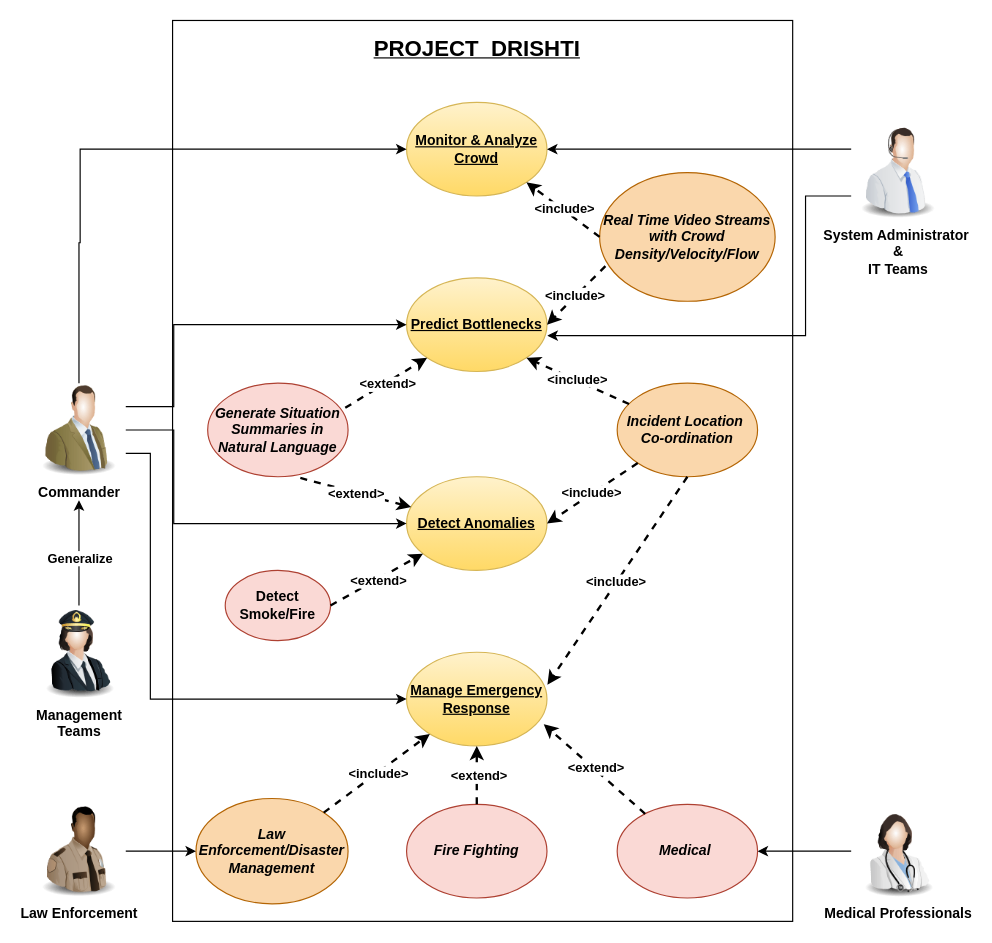
snehalsaurabh/BasicWebDev keeps this draw.io diagram as Use-Case Diagram V2.drawio. Above is the earlier version. Source tidied: cells renumbered, new cells numbered last; positions are measured from the earlier drawing's top-left corner, leaving out a move shared by most shapes. Both pictures are drawn from the tidied source at 117%, with x=0, y=0 at pixel (32, 20).
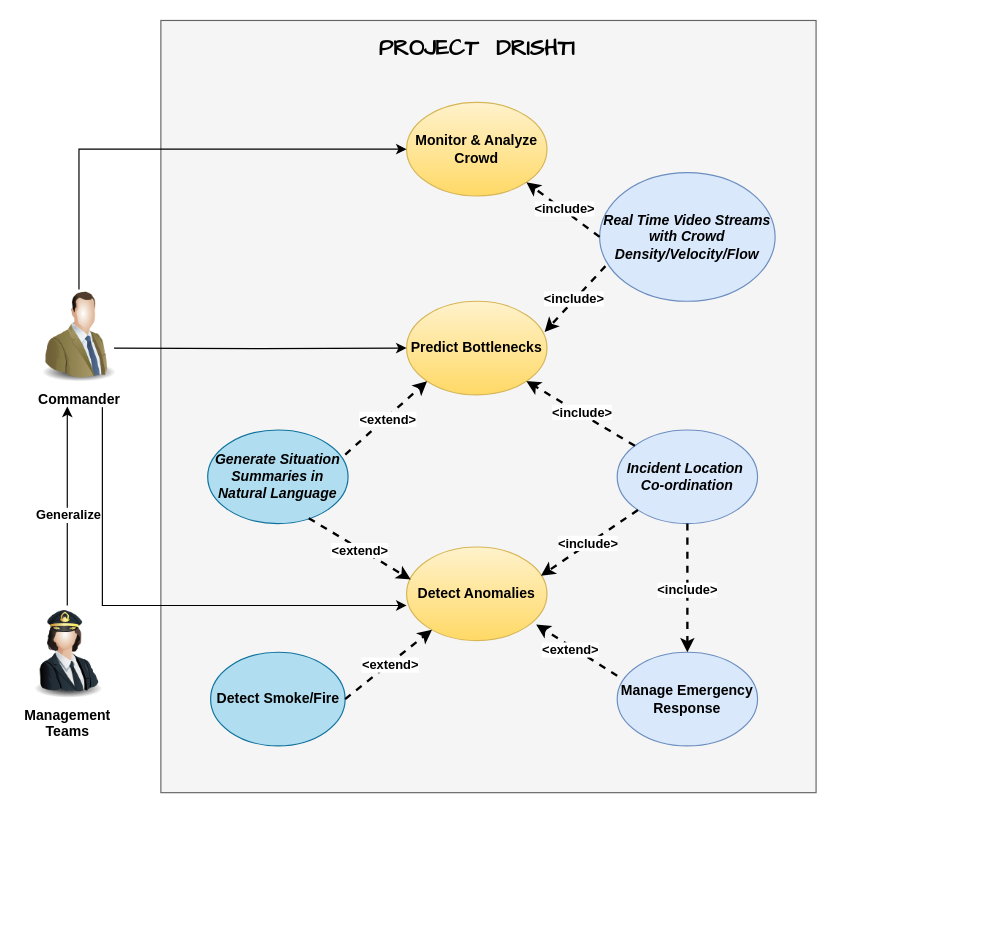
Above is the later version.

The edit, as a diff of the source:
```diff
@@
-    <mxCell id="2" style="rounded=0;whiteSpace=wrap;html=1;" parent="1" vertex="1">
-      <mxGeometry x="120" width="530" height="770" as="geometry" />
+    <mxCell id="2" style="rounded=0;whiteSpace=wrap;html=1;fillColor=#f5f5f5;fontColor=#333333;strokeColor=#666666;" parent="1" vertex="1">
+      <mxGeometry x="110" width="560" height="660" as="geometry" />
     </mxCell>
-    <mxCell id="3" value="&lt;b&gt;&lt;u&gt;Monitor &amp;amp; Analyze&lt;/u&gt;&lt;/b&gt;&lt;div&gt;&lt;b&gt;&lt;u&gt;Crowd&lt;/u&gt;&lt;/b&gt;&lt;/div&gt;" style="ellipse;whiteSpace=wrap;html=1;fillColor=#fff2cc;gradientColor=#ffd966;strokeColor=#d6b656;" parent="1" vertex="1">
+    <mxCell id="3" value="&lt;b&gt;&lt;span&gt;Monitor &amp;amp; Analyze&lt;/span&gt;&lt;/b&gt;&lt;div&gt;&lt;b&gt;&lt;span&gt;Crowd&lt;/span&gt;&lt;/b&gt;&lt;/div&gt;" style="ellipse;whiteSpace=wrap;html=1;fillColor=#fff2cc;gradientColor=#ffd966;strokeColor=#d6b656;fontStyle=0;" parent="1" vertex="1">
       <mxGeometry x="320" y="70" width="120" height="80" as="geometry" />
     </mxCell>
-    <mxCell id="4" value="&lt;b&gt;&lt;u&gt;Predict Bottlenecks&lt;/u&gt;&lt;/b&gt;" style="ellipse;whiteSpace=wrap;html=1;fillColor=#fff2cc;gradientColor=#ffd966;strokeColor=#d6b656;" parent="1" vertex="1">
-      <mxGeometry x="320" y="220" width="120" height="80" as="geometry" />
+    <mxCell id="4" value="&lt;b&gt;Predict Bottlenecks&lt;/b&gt;" style="ellipse;whiteSpace=wrap;html=1;fillColor=#fff2cc;gradientColor=#ffd966;strokeColor=#d6b656;" parent="1" vertex="1">
+      <mxGeometry x="320" y="240" width="120" height="80" as="geometry" />
     </mxCell>
+    <mxCell id="52" style="edgeStyle=orthogonalEdgeStyle;rounded=0;jettySize=auto;html=1;exitX=0;exitY=0.625;exitDx=0;exitDy=0;exitPerimeter=0;entryX=0;entryY=0.625;entryDx=0;entryDy=0;entryPerimeter=0;" parent="1" edge="1" target="5">
+      <mxGeometry relative="1" as="geometry">
+        <mxPoint x="60" y="330" as="sourcePoint" />
+        <Array as="points">
+          <mxPoint x="60" y="500" />
+        </Array>
+      </mxGeometry>
+    </mxCell>
-    <mxCell id="5" value="&lt;b&gt;&lt;u&gt;Detect Anomalies&lt;/u&gt;&lt;/b&gt;" style="ellipse;whiteSpace=wrap;html=1;fillColor=#fff2cc;gradientColor=#ffd966;strokeColor=#d6b656;" parent="1" vertex="1">
-      <mxGeometry x="320" y="390" width="120" height="80" as="geometry" />
+    <mxCell id="5" value="&lt;b&gt;Detect Anomalies&lt;/b&gt;" style="ellipse;whiteSpace=wrap;html=1;fillColor=#fff2cc;gradientColor=#ffd966;strokeColor=#d6b656;" parent="1" vertex="1">
+      <mxGeometry x="320" y="450" width="120" height="80" as="geometry" />
     </mxCell>
-    <mxCell id="6" value="&lt;b&gt;&lt;u&gt;Manage Emergency Response&lt;/u&gt;&lt;/b&gt;" style="ellipse;whiteSpace=wrap;html=1;fillColor=#fff2cc;gradientColor=#ffd966;strokeColor=#d6b656;" parent="1" vertex="1">
-      <mxGeometry x="320" y="540" width="120" height="80" as="geometry" />
+    <mxCell id="6" value="&lt;b&gt;Manage Emergency Response&lt;/b&gt;" style="ellipse;whiteSpace=wrap;html=1;fillColor=#dae8fc;strokeColor=#6c8ebf;" parent="1" vertex="1">
+      <mxGeometry x="500" y="540" width="120" height="80" as="geometry" />
     </mxCell>
-    <mxCell id="7" value="&lt;b&gt;&lt;i&gt;Generate Situation Summaries in Natural Language&lt;/i&gt;&lt;/b&gt;" style="ellipse;whiteSpace=wrap;html=1;fillColor=#fad9d5;strokeColor=#ae4132;" parent="1" vertex="1">
-      <mxGeometry x="150" y="310" width="120" height="80" as="geometry" />
+    <mxCell id="7" value="&lt;b&gt;&lt;i&gt;Generate Situation Summaries in Natural Language&lt;/i&gt;&lt;/b&gt;" style="ellipse;whiteSpace=wrap;html=1;fillColor=#b1ddf0;strokeColor=#10739e;" parent="1" vertex="1">
+      <mxGeometry x="150" y="350" width="120" height="80" as="geometry" />
     </mxCell>
-    <mxCell id="8" value="&lt;b&gt;&lt;i&gt;Incident Location&amp;nbsp;&lt;/i&gt;&lt;/b&gt;&lt;div&gt;&lt;b&gt;&lt;i&gt;Co-ordination&lt;/i&gt;&lt;/b&gt;&lt;/div&gt;" style="ellipse;whiteSpace=wrap;html=1;fillColor=#fad7ac;strokeColor=#b46504;" parent="1" vertex="1">
-      <mxGeometry x="500" y="310" width="120" height="80" as="geometry" />
+    <mxCell id="8" value="&lt;b&gt;&lt;i&gt;Incident Location&amp;nbsp;&lt;/i&gt;&lt;/b&gt;&lt;div&gt;&lt;b&gt;&lt;i&gt;Co-ordination&lt;/i&gt;&lt;/b&gt;&lt;/div&gt;" style="ellipse;whiteSpace=wrap;html=1;fillColor=#dae8fc;strokeColor=#6c8ebf;" parent="1" vertex="1">
+      <mxGeometry x="500" y="350" width="120" height="80" as="geometry" />
     </mxCell>
-    <mxCell id="9" value="&lt;b&gt;&lt;i&gt;Medical&amp;nbsp;&lt;/i&gt;&lt;/b&gt;" style="ellipse;whiteSpace=wrap;html=1;fillColor=#fad9d5;strokeColor=#ae4132;" parent="1" vertex="1">
-      <mxGeometry x="500" y="670" width="120" height="80" as="geometry" />
-    </mxCell>
-    <mxCell id="10" value="&lt;b&gt;&lt;i&gt;Fire Fighting&lt;/i&gt;&lt;/b&gt;" style="ellipse;whiteSpace=wrap;html=1;fillColor=#fad9d5;strokeColor=#ae4132;" parent="1" vertex="1">
-      <mxGeometry x="320" y="670" width="120" height="80" as="geometry" />
-    </mxCell>
-    <mxCell id="11" value="&lt;b&gt;&lt;i&gt;Law Enforcement/Disaster Management&lt;/i&gt;&lt;/b&gt;" style="ellipse;whiteSpace=wrap;html=1;fillColor=#fad7ac;strokeColor=#b46504;" parent="1" vertex="1">
-      <mxGeometry x="140" y="665" width="130" height="90" as="geometry" />
-    </mxCell>
-    <mxCell id="12" style="endArrow=classic;html=1;rounded=0;entryX=1.003;entryY=0.347;entryDx=0;entryDy=0;entryPerimeter=0;exitX=0.5;exitY=1;exitDx=0;exitDy=0;dashed=1;strokeWidth=2;" parent="1" edge="1" source="8" target="6">
+    <mxCell id="12" style="endArrow=classic;html=1;rounded=0;exitX=0.5;exitY=1;exitDx=0;exitDy=0;dashed=1;strokeWidth=2;" parent="1" edge="1" source="8" target="6">
       <mxGeometry relative="1" as="geometry" />
     </mxCell>
@@
-    <mxCell id="14" value="&lt;b&gt;&lt;i&gt;Real Time Video Streams with Crowd Density/Velocity/Flow&lt;/i&gt;&lt;/b&gt;" style="ellipse;whiteSpace=wrap;html=1;fillColor=#fad7ac;strokeColor=#b46504;" parent="1" vertex="1">
+    <mxCell id="14" value="&lt;b&gt;&lt;i&gt;Real Time Video Streams with Crowd Density/Velocity/Flow&lt;/i&gt;&lt;/b&gt;" style="ellipse;whiteSpace=wrap;html=1;fillColor=#dae8fc;strokeColor=#6c8ebf;" parent="1" vertex="1">
       <mxGeometry x="485" y="130" width="150" height="110" as="geometry" />
     </mxCell>
-    <mxCell id="15" style="endArrow=classic;html=1;rounded=0;exitX=0.66;exitY=1.013;exitDx=0;exitDy=0;dashed=1;strokeWidth=2;exitPerimeter=0;" parent="1" edge="1" source="7" target="5">
+    <mxCell id="15" style="endArrow=classic;html=1;rounded=0;exitX=0.72;exitY=0.942;exitDx=0;exitDy=0;dashed=1;strokeWidth=2;exitPerimeter=0;entryX=0.03;entryY=0.348;entryDx=0;entryDy=0;entryPerimeter=0;" parent="1" edge="1" source="7" target="5">
       <mxGeometry relative="1" as="geometry" />
     </mxCell>
@@
-    <mxCell id="17" style="endArrow=classic;html=1;rounded=0;entryX=1;entryY=0.5;entryDx=0;entryDy=0;dashed=1;strokeWidth=2;" parent="1" edge="1" source="8" target="5">
+    <mxCell id="17" style="endArrow=classic;html=1;rounded=0;entryX=0.957;entryY=0.308;entryDx=0;entryDy=0;dashed=1;strokeWidth=2;entryPerimeter=0;" parent="1" edge="1" source="8" target="5">
       <mxGeometry relative="1" as="geometry" />
     </mxCell>
@@
-    <mxCell id="21" style="endArrow=classic;html=1;rounded=0;entryX=1;entryY=0.5;entryDx=0;entryDy=0;exitX=0.033;exitY=0.727;exitDx=0;exitDy=0;dashed=1;strokeWidth=2;exitPerimeter=0;" parent="1" edge="1" source="14" target="4">
+    <mxCell id="21" style="endArrow=classic;html=1;rounded=0;entryX=0.983;entryY=0.328;entryDx=0;entryDy=0;exitX=0.033;exitY=0.727;exitDx=0;exitDy=0;dashed=1;strokeWidth=2;exitPerimeter=0;entryPerimeter=0;" parent="1" edge="1" source="14" target="4">
       <mxGeometry relative="1" as="geometry" />
     </mxCell>
@@
     <mxCell id="25" style="edgeStyle=orthogonalEdgeStyle;rounded=0;jettySize=auto;html=1;entryX=0;entryY=0.5;entryDx=0;entryDy=0;" parent="1" edge="1" source="29" target="3">
       <mxGeometry relative="1" as="geometry">
         <Array as="points">
-          <mxPoint x="40" y="190" />
-          <mxPoint x="41" y="190" />
-          <mxPoint x="41" y="110" />
+          <mxPoint x="40" y="110" />
         </Array>
       </mxGeometry>
     </mxCell>
-    <mxCell id="26" style="edgeStyle=orthogonalEdgeStyle;rounded=0;jettySize=auto;html=1;exitX=1;exitY=0.25;exitDx=0;exitDy=0;entryX=0;entryY=0.5;entryDx=0;entryDy=0;" parent="1" edge="1" source="29" target="4">
-      <mxGeometry relative="1" as="geometry">
-        <Array as="points">
-          <mxPoint x="121" y="330" />
-          <mxPoint x="121" y="260" />
-        </Array>
-      </mxGeometry>
-    </mxCell>
-    <mxCell id="27" style="edgeStyle=orthogonalEdgeStyle;rounded=0;jettySize=auto;html=1;entryX=0;entryY=0.5;entryDx=0;entryDy=0;" parent="1" edge="1" source="29" target="5">
-      <mxGeometry relative="1" as="geometry">
-        <Array as="points">
-          <mxPoint x="121" y="350" />
-          <mxPoint x="121" y="430" />
-        </Array>
-      </mxGeometry>
-    </mxCell>
-    <mxCell id="28" style="edgeStyle=orthogonalEdgeStyle;rounded=0;jettySize=auto;html=1;exitX=1;exitY=0.75;exitDx=0;exitDy=0;entryX=0;entryY=0.5;entryDx=0;entryDy=0;" parent="1" edge="1" source="29" target="6">
-      <mxGeometry relative="1" as="geometry">
-        <Array as="points">
-          <mxPoint x="101" y="370" />
-          <mxPoint x="101" y="580" />
-        </Array>
-      </mxGeometry>
-    </mxCell>
     <mxCell id="29" value="&lt;b&gt;Commander&lt;/b&gt;" style="image;html=1;image=img/lib/clip_art/people/Suit_Man_Green_128x128.png;" parent="1" vertex="1">
-      <mxGeometry y="310" width="80" height="80" as="geometry" />
+      <mxGeometry y="230" width="80" height="80" as="geometry" />
     </mxCell>
-    <mxCell id="30" style="edgeStyle=orthogonalEdgeStyle;rounded=0;jettySize=auto;html=1;entryX=1;entryY=0.5;entryDx=0;entryDy=0;" parent="1" edge="1" source="31" target="9">
-      <mxGeometry relative="1" as="geometry" />
-    </mxCell>
-    <mxCell id="31" value="&lt;b&gt;Medical Professionals&lt;/b&gt;" style="image;html=1;image=img/lib/clip_art/people/Doctor_Woman_128x128.png;" parent="1" vertex="1">
-      <mxGeometry x="700" y="670" width="80" height="80" as="geometry" />
-    </mxCell>
-    <mxCell id="32" style="edgeStyle=orthogonalEdgeStyle;rounded=0;jettySize=auto;html=1;entryX=0;entryY=0.5;entryDx=0;entryDy=0;" parent="1" edge="1" source="33" target="11">
-      <mxGeometry relative="1" as="geometry" />
-    </mxCell>
-    <mxCell id="33" value="&lt;b&gt;Law Enforcement&lt;/b&gt;" style="image;html=1;image=img/lib/clip_art/people/Security_Man_Black_128x128.png;" parent="1" vertex="1">
-      <mxGeometry y="670" width="80" height="80" as="geometry" />
-    </mxCell>
     <mxCell id="34" style="edgeStyle=orthogonalEdgeStyle;rounded=0;jettySize=auto;html=1;" parent="1" edge="1" source="36">
       <mxGeometry relative="1" as="geometry">
-        <mxPoint x="40" y="410" as="targetPoint" />
+        <mxPoint x="30" y="330" as="targetPoint" />
       </mxGeometry>
     </mxCell>
@@
     <mxCell id="36" value="&lt;div&gt;&lt;b&gt;Management&lt;br&gt;Teams&lt;/b&gt;&lt;/div&gt;" style="image;html=1;image=img/lib/clip_art/people/Pilot_Woman_128x128.png;" parent="1" vertex="1">
-      <mxGeometry y="500" width="80" height="80" as="geometry" />
+      <mxGeometry x="-10" y="500" width="80" height="80" as="geometry" />
     </mxCell>
-    <mxCell id="37" style="edgeStyle=orthogonalEdgeStyle;rounded=0;jettySize=auto;html=1;entryX=1;entryY=0.5;entryDx=0;entryDy=0;" parent="1" edge="1" source="39" target="3">
-      <mxGeometry relative="1" as="geometry">
-        <Array as="points">
-          <mxPoint x="640" y="110" />
-          <mxPoint x="640" y="110" />
-        </Array>
-      </mxGeometry>
-    </mxCell>
-    <mxCell id="38" style="edgeStyle=orthogonalEdgeStyle;rounded=0;jettySize=auto;html=1;exitX=0;exitY=0.75;exitDx=0;exitDy=0;entryX=1.003;entryY=0.617;entryDx=0;entryDy=0;entryPerimeter=0;" parent="1" edge="1" source="39" target="4">
-      <mxGeometry relative="1" as="geometry">
-        <Array as="points">
-          <mxPoint x="661" y="150" />
-          <mxPoint x="661" y="269" />
-        </Array>
-      </mxGeometry>
-    </mxCell>
-    <mxCell id="39" value="&lt;b&gt;System Administrator&amp;nbsp;&lt;br&gt;&amp;amp;&lt;br&gt;IT Teams&lt;/b&gt;" style="image;html=1;image=img/lib/clip_art/people/Telesales_Man_128x128.png;" parent="1" vertex="1">
-      <mxGeometry x="700" y="90" width="80" height="80" as="geometry" />
-    </mxCell>
@@
-    <mxCell id="42" style="endArrow=classic;html=1;rounded=0;dashed=1;strokeWidth=2;entryX=0.977;entryY=0.768;entryDx=0;entryDy=0;entryPerimeter=0;" parent="1" edge="1" source="9" target="6">
-      <mxGeometry relative="1" as="geometry" />
-    </mxCell>
-    <mxCell id="43" value="&lt;b&gt;&amp;lt;extend&amp;gt;&lt;/b&gt;" style="edgeLabel;html=1;align=center;verticalAlign=middle;" parent="42" vertex="1">
-      <mxGeometry x="0.01" y="-1" relative="1" as="geometry" />
-    </mxCell>
-    <mxCell id="44" style="endArrow=classic;html=1;rounded=0;dashed=1;strokeWidth=2;entryX=0.5;entryY=1;entryDx=0;entryDy=0;exitX=0.5;exitY=0;exitDx=0;exitDy=0;" parent="1" edge="1" source="10" target="6">
-      <mxGeometry relative="1" as="geometry" />
-    </mxCell>
-    <mxCell id="45" value="&lt;b&gt;&amp;lt;extend&amp;gt;&lt;/b&gt;" style="edgeLabel;html=1;align=center;verticalAlign=middle;" parent="44" vertex="1">
-      <mxGeometry x="0.01" y="-1" relative="1" as="geometry" />
-    </mxCell>
-    <mxCell id="46" style="endArrow=classic;html=1;rounded=0;dashed=1;strokeWidth=2;" parent="1" edge="1" source="11" target="6">
-      <mxGeometry relative="1" as="geometry" />
-    </mxCell>
-    <mxCell id="47" value="&lt;b&gt;&amp;lt;include&amp;gt;&lt;/b&gt;" style="edgeLabel;html=1;align=center;verticalAlign=middle;" parent="46" vertex="1">
-      <mxGeometry x="0.01" y="-1" relative="1" as="geometry" />
-    </mxCell>
-    <mxCell id="48" value="&lt;b&gt;Detect Smoke/Fire&lt;/b&gt;" style="ellipse;whiteSpace=wrap;html=1;fillColor=#fad9d5;strokeColor=#ae4132;" parent="1" vertex="1">
-      <mxGeometry x="165" y="470" width="90" height="60" as="geometry" />
+    <mxCell id="48" value="&lt;b&gt;Detect Smoke/Fire&lt;/b&gt;" style="ellipse;whiteSpace=wrap;html=1;fillColor=#b1ddf0;strokeColor=#10739e;" parent="1" vertex="1">
+      <mxGeometry x="152.5" y="540" width="115" height="80" as="geometry" />
     </mxCell>
@@
-    <mxCell id="51" value="&lt;font style=&quot;font-size: 19px;&quot;&gt;&lt;b style=&quot;&quot;&gt;&lt;u&gt;PROJECT&amp;nbsp; DRISHTI&lt;/u&gt;&lt;/b&gt;&lt;/font&gt;" style="text;html=1;align=center;verticalAlign=middle;strokeColor=none;fillColor=none;" parent="1" vertex="1">
-      <mxGeometry x="280" y="5" width="200" height="40" as="geometry" />
+    <mxCell id="51" value="&lt;font style=&quot;font-size: 19px;&quot;&gt;&lt;b style=&quot;&quot;&gt;&lt;span&gt;PROJECT&amp;nbsp; DRISHTI&lt;/span&gt;&lt;/b&gt;&lt;/font&gt;" style="text;html=1;align=center;verticalAlign=middle;strokeColor=none;fillColor=none;fontStyle=0;fontFamily=Comic Sans MS;" parent="1" vertex="1">
+      <mxGeometry x="270" y="5" width="220" height="40" as="geometry" />
     </mxCell>
+    <mxCell id="53" style="edgeStyle=orthogonalEdgeStyle;rounded=0;jettySize=auto;html=1;exitX=0;exitY=0.5;exitDx=0;exitDy=0;entryX=0;entryY=0.5;entryDx=0;entryDy=0;" parent="1" edge="1" target="4">
+      <mxGeometry relative="1" as="geometry">
+        <mxPoint x="70" y="280" as="sourcePoint" />
+      </mxGeometry>
+    </mxCell>
+    <mxCell id="54" style="endArrow=classic;html=1;rounded=0;dashed=1;strokeWidth=2;entryX=0.923;entryY=0.828;entryDx=0;entryDy=0;entryPerimeter=0;" parent="1" edge="1" target="5">
+      <mxGeometry relative="1" as="geometry">
+        <mxPoint x="500" y="560" as="sourcePoint" />
+      </mxGeometry>
+    </mxCell>
+    <mxCell id="55" value="&lt;b&gt;&amp;lt;extend&amp;gt;&lt;/b&gt;" style="edgeLabel;html=1;align=center;verticalAlign=middle;" parent="54" vertex="1">
+      <mxGeometry x="0.01" y="-1" relative="1" as="geometry">
+        <mxPoint x="-6" as="offset" />
+      </mxGeometry>
+    </mxCell>
```
